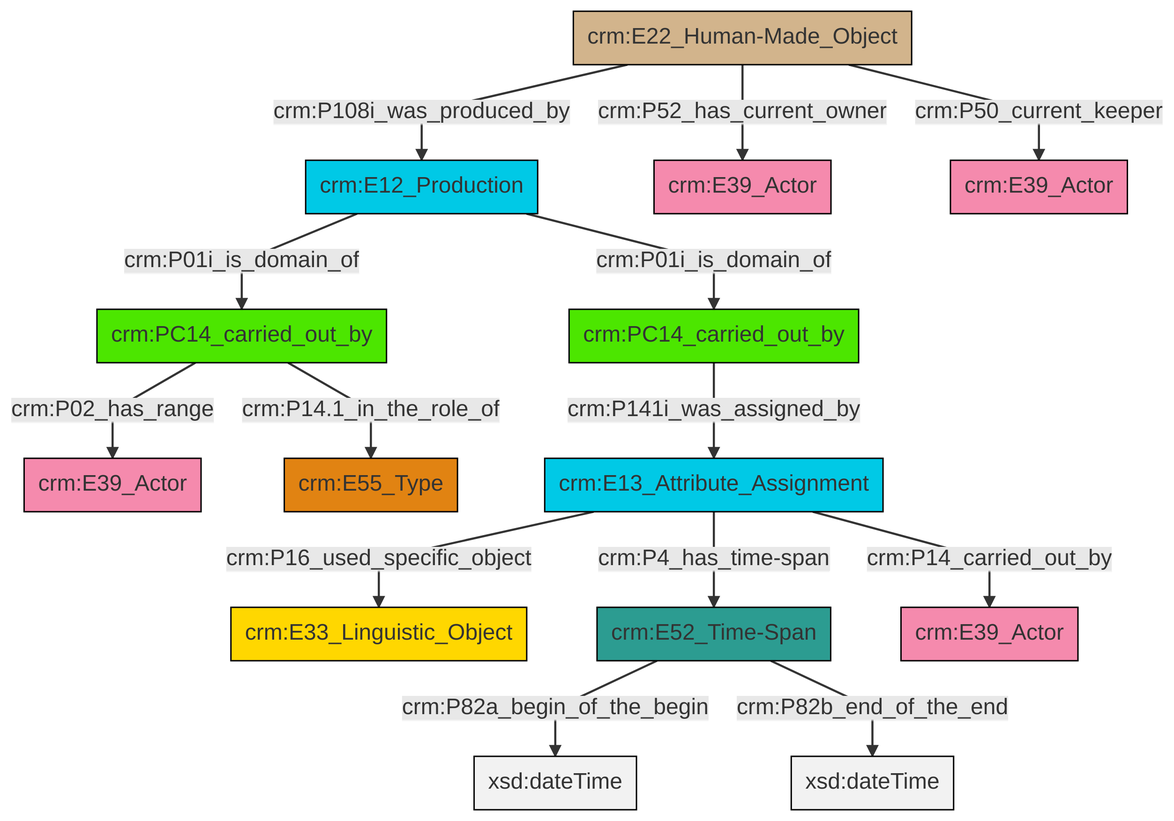
Before: et/carrierCSV/ttl/mmd/png/carrier_relations.png, a diagram exported from Mermaid (swiss-art-research-net/docs.swissartresearch). Its source is kept beside it as et/carrierCSV/ttl/mmd/carrier_relations.ttl.mmd.
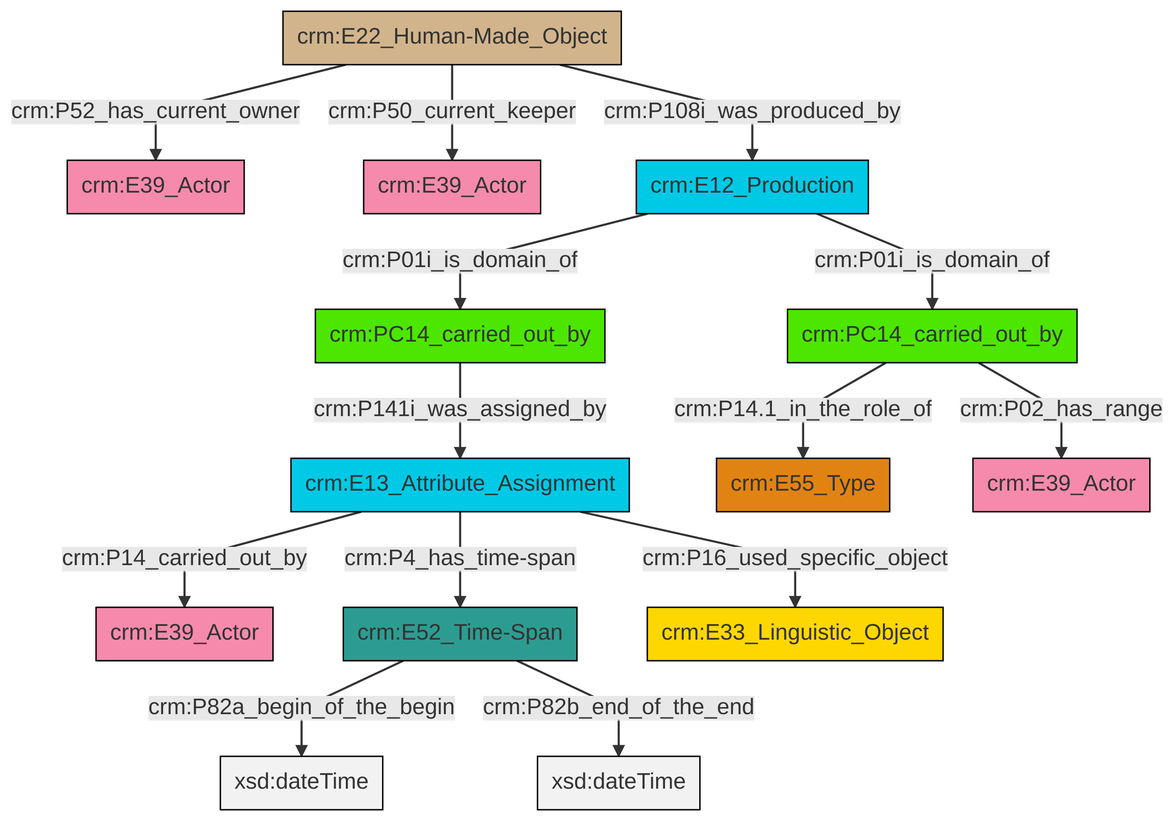
Above is the later version.

What changed in the source:
```diff
@@ -14,15 +14,15 @@
 classDef Multi fill:#cccccc,stroke:#000000;
 
 2["crm:PC14_carried_out_by"]:::PC_Classes -->|crm:P14.1_in_the_role_of| 3["crm:E55_Type"]:::Type
-4["crm:E13_Attribute_Assignment"]:::Temporal_Entity -->|crm:P16_used_specific_object| 5["crm:E33_Linguistic_Object"]:::Conceptual_Object
-10["crm:E52_Time-Span"]:::Time-Span -->|crm:P82a_begin_of_the_begin| 11[xsd:dateTime]:::Literal
-4["crm:E13_Attribute_Assignment"]:::Temporal_Entity -->|crm:P14_carried_out_by| 12["crm:E39_Actor"]:::Actor
-13["crm:E22_Human-Made_Object"]:::Physical_Thing -->|crm:P108i_was_produced_by| 8["crm:E12_Production"]:::Temporal_Entity
-2["crm:PC14_carried_out_by"]:::PC_Classes -->|crm:P02_has_range| 0["crm:E39_Actor"]:::Actor
-6["crm:PC14_carried_out_by"]:::PC_Classes -->|crm:P141i_was_assigned_by| 4["crm:E13_Attribute_Assignment"]:::Temporal_Entity
-10["crm:E52_Time-Span"]:::Time-Span -->|crm:P82b_end_of_the_end| 19[xsd:dateTime]:::Literal
-13["crm:E22_Human-Made_Object"]:::Physical_Thing -->|crm:P52_has_current_owner| 15["crm:E39_Actor"]:::Actor
-13["crm:E22_Human-Made_Object"]:::Physical_Thing -->|crm:P50_current_keeper| 17["crm:E39_Actor"]:::Actor
+4["crm:E52_Time-Span"]:::Time-Span -->|crm:P82a_begin_of_the_begin| 5[xsd:dateTime]:::Literal
+6["crm:PC14_carried_out_by"]:::PC_Classes -->|crm:P141i_was_assigned_by| 7["crm:E13_Attribute_Assignment"]:::Temporal_Entity
 8["crm:E12_Production"]:::Temporal_Entity -->|crm:P01i_is_domain_of| 6["crm:PC14_carried_out_by"]:::PC_Classes
-4["crm:E13_Attribute_Assignment"]:::Temporal_Entity -->|crm:P4_has_time-span| 10["crm:E52_Time-Span"]:::Time-Span
+7["crm:E13_Attribute_Assignment"]:::Temporal_Entity -->|crm:P14_carried_out_by| 0["crm:E39_Actor"]:::Actor
+11["crm:E22_Human-Made_Object"]:::Physical_Thing -->|crm:P52_has_current_owner| 12["crm:E39_Actor"]:::Actor
+2["crm:PC14_carried_out_by"]:::PC_Classes -->|crm:P02_has_range| 13["crm:E39_Actor"]:::Actor
+11["crm:E22_Human-Made_Object"]:::Physical_Thing -->|crm:P50_current_keeper| 14["crm:E39_Actor"]:::Actor
+11["crm:E22_Human-Made_Object"]:::Physical_Thing -->|crm:P108i_was_produced_by| 8["crm:E12_Production"]:::Temporal_Entity
 8["crm:E12_Production"]:::Temporal_Entity -->|crm:P01i_is_domain_of| 2["crm:PC14_carried_out_by"]:::PC_Classes
+4["crm:E52_Time-Span"]:::Time-Span -->|crm:P82b_end_of_the_end| 16[xsd:dateTime]:::Literal
+7["crm:E13_Attribute_Assignment"]:::Temporal_Entity -->|crm:P4_has_time-span| 4["crm:E52_Time-Span"]:::Time-Span
+7["crm:E13_Attribute_Assignment"]:::Temporal_Entity -->|crm:P16_used_specific_object| 24["crm:E33_Linguistic_Object"]:::Conceptual_Object
```
